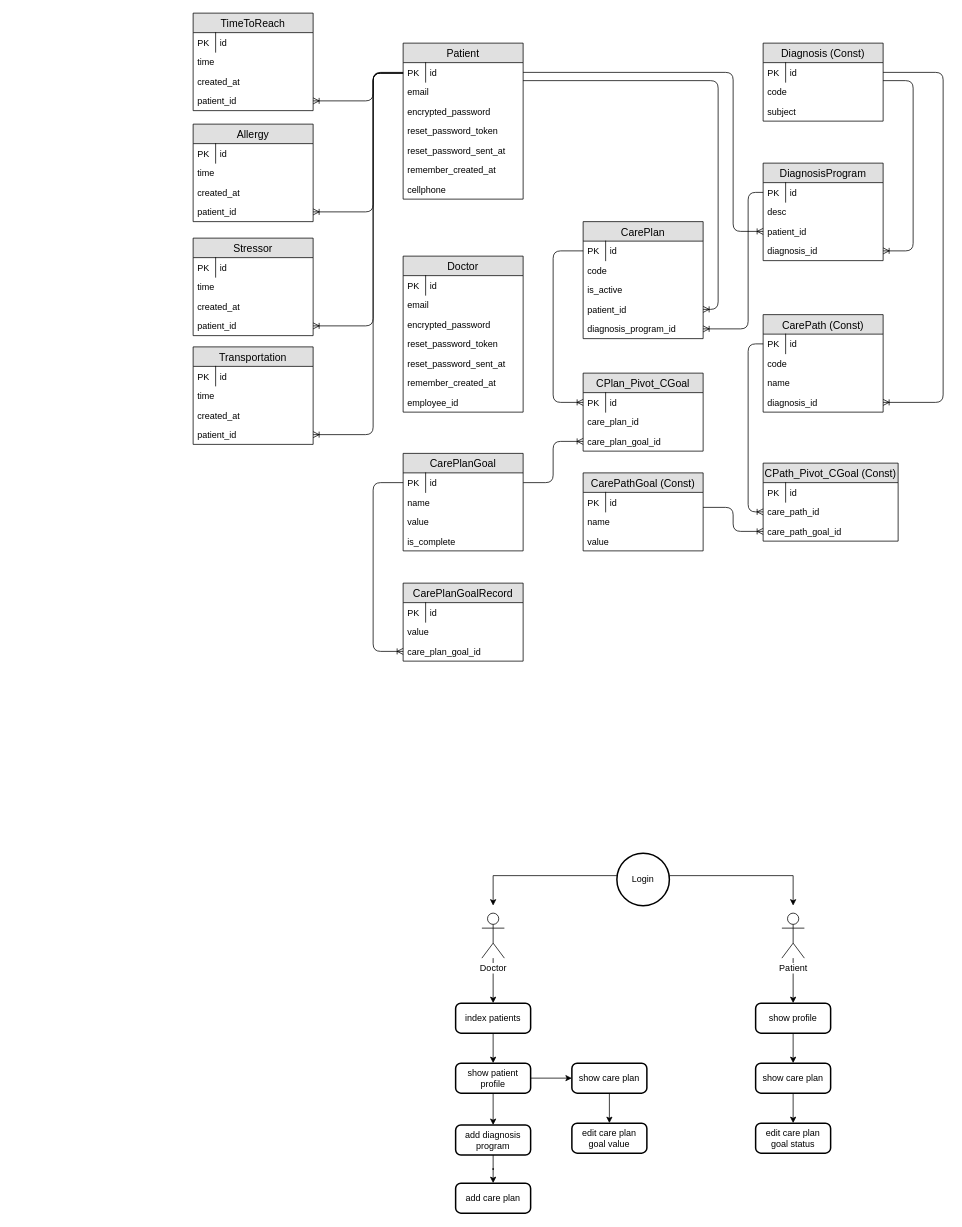
Earlier version of the draw.io diagram templar.drawio (SpiderEvgn/drawIO). Source tidied: cells renumbered, new cells numbered last; positions are measured from the earlier drawing's top-left corner, leaving out a move shared by most shapes. Both pictures are drawn from the tidied source at 75%, with x=0, y=0 at pixel (193, 13).
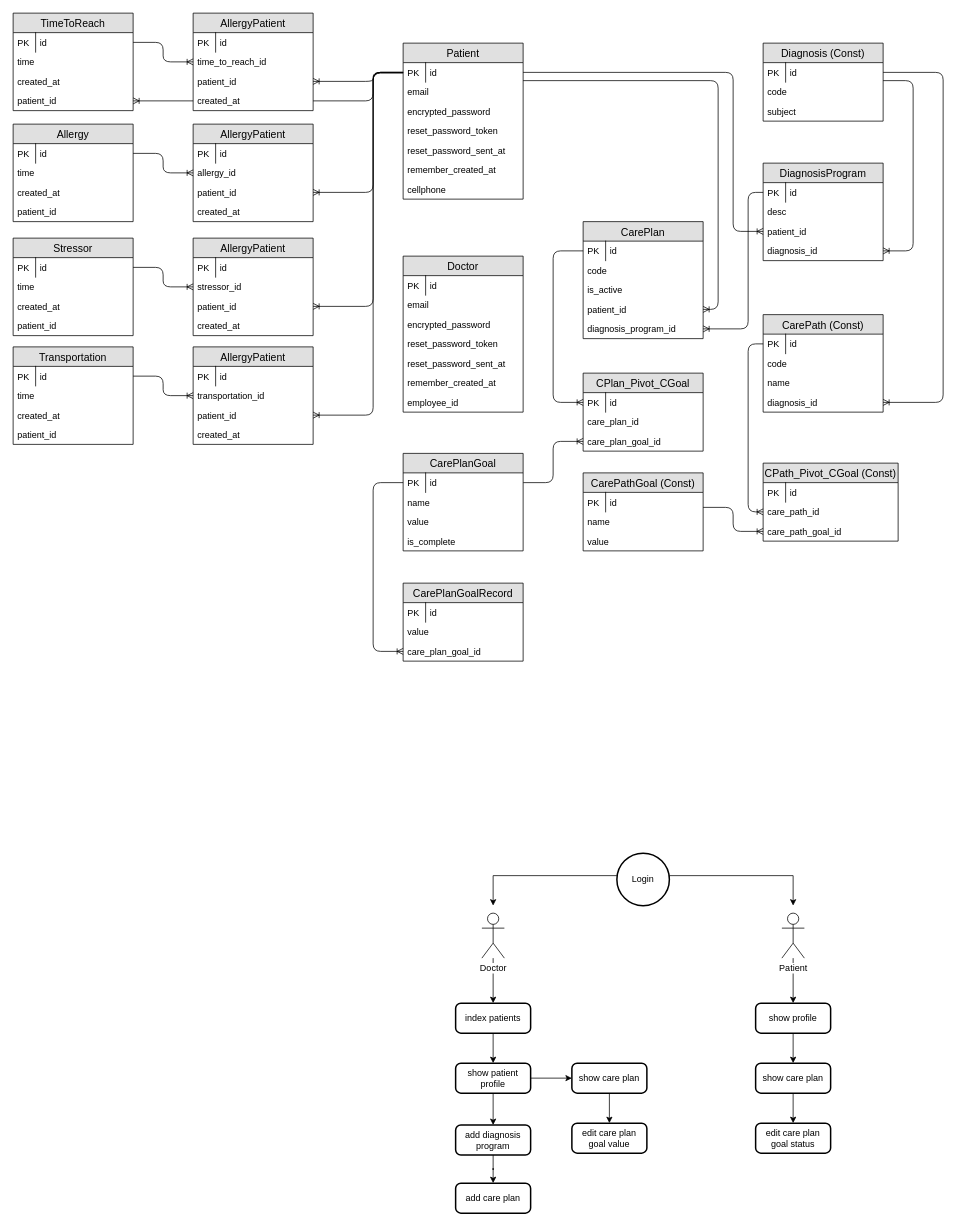
Above is the later version.

Unchanged cells that the change refers to:
```xml
<mxCell id="3" value="id" style="shape=partialRectangle;top=0;left=0;right=0;bottom=0;align=left;verticalAlign=top;fillColor=none;spacingLeft=34;spacingRight=4;overflow=hidden;points=[[0,0.5],[1,0.5]];portConstraint=eastwest;fontSize=12;" parent="2" vertex="1">
  <mxGeometry y="26" width="160" height="26" as="geometry" />
</mxCell>
<mxCell id="12" value="id" style="shape=partialRectangle;top=0;left=0;right=0;bottom=0;align=left;verticalAlign=top;fillColor=none;spacingLeft=34;spacingRight=4;overflow=hidden;points=[[0,0.5],[1,0.5]];portConstraint=eastwest;fontSize=12;" parent="11" vertex="1">
  <mxGeometry y="26" width="160" height="26" as="geometry" />
</mxCell>
<mxCell id="16" value="patient_id" style="text;strokeColor=none;fillColor=none;spacingLeft=4;spacingRight=4;overflow=hidden;points=[[0,0.5],[1,0.5]];portConstraint=eastwest;fontSize=12;" parent="11" vertex="1">
  <mxGeometry y="104" width="160" height="26" as="geometry" />
</mxCell>
<mxCell id="122" value="patient_id" style="text;strokeColor=none;fillColor=none;spacingLeft=4;spacingRight=4;overflow=hidden;points=[[0,0.5],[1,0.5]];portConstraint=eastwest;fontSize=12;" parent="117" vertex="1">
  <mxGeometry y="104" width="160" height="26" as="geometry" />
</mxCell>
<mxCell id="128" value="patient_id" style="text;strokeColor=none;fillColor=none;spacingLeft=4;spacingRight=4;overflow=hidden;points=[[0,0.5],[1,0.5]];portConstraint=eastwest;fontSize=12;" parent="123" vertex="1">
  <mxGeometry y="104" width="160" height="26" as="geometry" />
</mxCell>
```

What changed in the source:
```diff
@@
     <mxCell id="11" value="Allergy" style="swimlane;fontStyle=0;horizontal=1;startSize=26;fillColor=#e0e0e0;swimlaneFillColor=#ffffff;align=center;fontSize=14;" parent="1" vertex="1">
-      <mxGeometry y="148" width="160" height="130" as="geometry" />
+      <mxGeometry x="-240" y="148" width="160" height="130" as="geometry" />
     </mxCell>
@@
-    <mxCell id="60" style="edgeStyle=orthogonalEdgeStyle;fontSize=12;html=1;endArrow=ERoneToMany;" parent="1" edge="1" source="3" target="16">
-      <mxGeometry relative="1" as="geometry">
-        <Array as="points">
-          <mxPoint x="240" y="79" />
-          <mxPoint x="240" y="265" />
-        </Array>
-      </mxGeometry>
-    </mxCell>
@@
     <mxCell id="110" value="TimeToReach" style="swimlane;fontStyle=0;horizontal=1;startSize=26;fillColor=#e0e0e0;swimlaneFillColor=#ffffff;align=center;fontSize=14;" parent="1" vertex="1">
-      <mxGeometry width="160" height="130" as="geometry" />
+      <mxGeometry x="-240" width="160" height="130" as="geometry" />
     </mxCell>
@@
     <mxCell id="117" value="Stressor" style="swimlane;fontStyle=0;horizontal=1;startSize=26;fillColor=#e0e0e0;swimlaneFillColor=#ffffff;align=center;fontSize=14;" parent="1" vertex="1">
-      <mxGeometry y="300" width="160" height="130" as="geometry" />
+      <mxGeometry x="-240" y="300" width="160" height="130" as="geometry" />
     </mxCell>
@@
     <mxCell id="123" value="Transportation" style="swimlane;fontStyle=0;horizontal=1;startSize=26;fillColor=#e0e0e0;swimlaneFillColor=#ffffff;align=center;fontSize=14;" parent="1" vertex="1">
-      <mxGeometry y="445" width="160" height="130" as="geometry" />
+      <mxGeometry x="-240" y="445" width="160" height="130" as="geometry" />
     </mxCell>
@@
-    <mxCell id="129" style="edgeStyle=orthogonalEdgeStyle;fontSize=12;html=1;endArrow=ERoneToMany;" parent="1" edge="1" source="3" target="122">
-      <mxGeometry relative="1" as="geometry">
-        <Array as="points">
-          <mxPoint x="240" y="80" />
-          <mxPoint x="240" y="417" />
-        </Array>
-      </mxGeometry>
-    </mxCell>
-    <mxCell id="130" style="edgeStyle=orthogonalEdgeStyle;fontSize=12;html=1;endArrow=ERoneToMany;" parent="1" edge="1" source="3" target="128">
-      <mxGeometry relative="1" as="geometry">
-        <Array as="points">
-          <mxPoint x="240" y="80" />
-          <mxPoint x="240" y="562" />
-        </Array>
-      </mxGeometry>
-    </mxCell>
+    <mxCell id="131" value="AllergyPatient" style="swimlane;fontStyle=0;horizontal=1;startSize=26;fillColor=#e0e0e0;swimlaneFillColor=#ffffff;align=center;fontSize=14;" parent="1" vertex="1">
+      <mxGeometry y="148" width="160" height="130" as="geometry" />
+    </mxCell>
+    <mxCell id="132" value="id" style="shape=partialRectangle;top=0;left=0;right=0;bottom=0;align=left;verticalAlign=top;fillColor=none;spacingLeft=34;spacingRight=4;overflow=hidden;fontSize=12;" parent="131" vertex="1">
+      <mxGeometry y="26" width="160" height="26" as="geometry" />
+    </mxCell>
+    <mxCell id="133" value="PK" style="shape=partialRectangle;top=0;left=0;bottom=0;fillColor=none;align=left;verticalAlign=top;spacingLeft=4;spacingRight=4;overflow=hidden;fontSize=12;" parent="132" vertex="1">
+      <mxGeometry width="30" height="26" as="geometry" />
+    </mxCell>
+    <mxCell id="134" value="allergy_id&#10;" style="text;strokeColor=none;fillColor=none;spacingLeft=4;spacingRight=4;overflow=hidden;points=[[0,0.5],[1,0.5]];portConstraint=eastwest;fontSize=12;" parent="131" vertex="1">
+      <mxGeometry y="52" width="160" height="26" as="geometry" />
+    </mxCell>
+    <mxCell id="135" value="patient_id" style="text;strokeColor=none;fillColor=none;spacingLeft=4;spacingRight=4;overflow=hidden;points=[[0,0.5],[1,0.5]];portConstraint=eastwest;fontSize=12;" parent="131" vertex="1">
+      <mxGeometry y="78" width="160" height="26" as="geometry" />
+    </mxCell>
+    <mxCell id="136" value="created_at" style="text;strokeColor=none;fillColor=none;spacingLeft=4;spacingRight=4;overflow=hidden;fontSize=12;" parent="131" vertex="1">
+      <mxGeometry y="104" width="160" height="26" as="geometry" />
+    </mxCell>
+    <mxCell id="137" style="edgeStyle=orthogonalEdgeStyle;fontSize=12;html=1;endArrow=ERoneToMany;" parent="1" edge="1" source="12" target="134">
+      <mxGeometry relative="1" as="geometry">
+        <Array as="points">
+          <mxPoint x="-40" y="187" />
+          <mxPoint x="-40" y="213" />
+        </Array>
+      </mxGeometry>
+    </mxCell>
+    <mxCell id="138" style="edgeStyle=orthogonalEdgeStyle;fontSize=12;html=1;endArrow=ERoneToMany;" parent="1" edge="1" source="3" target="135">
+      <mxGeometry relative="1" as="geometry">
+        <Array as="points">
+          <mxPoint x="240" y="79" />
+          <mxPoint x="240" y="239" />
+        </Array>
+      </mxGeometry>
+    </mxCell>
+    <mxCell id="139" value="AllergyPatient" style="swimlane;fontStyle=0;horizontal=1;startSize=26;fillColor=#e0e0e0;swimlaneFillColor=#ffffff;align=center;fontSize=14;" parent="1" vertex="1">
+      <mxGeometry y="300" width="160" height="130" as="geometry" />
+    </mxCell>
+    <mxCell id="140" value="id" style="shape=partialRectangle;top=0;left=0;right=0;bottom=0;align=left;verticalAlign=top;fillColor=none;spacingLeft=34;spacingRight=4;overflow=hidden;fontSize=12;" parent="139" vertex="1">
+      <mxGeometry y="26" width="160" height="26" as="geometry" />
+    </mxCell>
+    <mxCell id="141" value="PK" style="shape=partialRectangle;top=0;left=0;bottom=0;fillColor=none;align=left;verticalAlign=top;spacingLeft=4;spacingRight=4;overflow=hidden;fontSize=12;" parent="140" vertex="1">
+      <mxGeometry width="30" height="26" as="geometry" />
+    </mxCell>
+    <mxCell id="142" value="stressor_id&#10;" style="text;strokeColor=none;fillColor=none;spacingLeft=4;spacingRight=4;overflow=hidden;points=[[0,0.5],[1,0.5]];portConstraint=eastwest;fontSize=12;" parent="139" vertex="1">
+      <mxGeometry y="52" width="160" height="26" as="geometry" />
+    </mxCell>
+    <mxCell id="143" value="patient_id" style="text;strokeColor=none;fillColor=none;spacingLeft=4;spacingRight=4;overflow=hidden;points=[[0,0.5],[1,0.5]];portConstraint=eastwest;fontSize=12;" parent="139" vertex="1">
+      <mxGeometry y="78" width="160" height="26" as="geometry" />
+    </mxCell>
+    <mxCell id="144" value="created_at" style="text;strokeColor=none;fillColor=none;spacingLeft=4;spacingRight=4;overflow=hidden;fontSize=12;" parent="139" vertex="1">
+      <mxGeometry y="104" width="160" height="26" as="geometry" />
+    </mxCell>
+    <mxCell id="145" style="edgeStyle=orthogonalEdgeStyle;fontSize=12;html=1;endArrow=ERoneToMany;" parent="1" edge="1" target="142">
+      <mxGeometry relative="1" as="geometry">
+        <mxPoint x="-80" y="339" as="sourcePoint" />
+        <Array as="points">
+          <mxPoint x="-40" y="339" />
+          <mxPoint x="-40" y="365" />
+        </Array>
+      </mxGeometry>
+    </mxCell>
+    <mxCell id="146" style="edgeStyle=orthogonalEdgeStyle;fontSize=12;html=1;endArrow=ERoneToMany;" parent="1" edge="1" source="3" target="143">
+      <mxGeometry relative="1" as="geometry">
+        <Array as="points">
+          <mxPoint x="240" y="79" />
+          <mxPoint x="240" y="391" />
+        </Array>
+      </mxGeometry>
+    </mxCell>
+    <mxCell id="147" value="AllergyPatient" style="swimlane;fontStyle=0;horizontal=1;startSize=26;fillColor=#e0e0e0;swimlaneFillColor=#ffffff;align=center;fontSize=14;" parent="1" vertex="1">
+      <mxGeometry y="445" width="160" height="130" as="geometry" />
+    </mxCell>
+    <mxCell id="148" value="id" style="shape=partialRectangle;top=0;left=0;right=0;bottom=0;align=left;verticalAlign=top;fillColor=none;spacingLeft=34;spacingRight=4;overflow=hidden;fontSize=12;" parent="147" vertex="1">
+      <mxGeometry y="26" width="160" height="26" as="geometry" />
+    </mxCell>
+    <mxCell id="149" value="PK" style="shape=partialRectangle;top=0;left=0;bottom=0;fillColor=none;align=left;verticalAlign=top;spacingLeft=4;spacingRight=4;overflow=hidden;fontSize=12;" parent="148" vertex="1">
+      <mxGeometry width="30" height="26" as="geometry" />
+    </mxCell>
+    <mxCell id="150" value="transportation_id&#10;" style="text;strokeColor=none;fillColor=none;spacingLeft=4;spacingRight=4;overflow=hidden;points=[[0,0.5],[1,0.5]];portConstraint=eastwest;fontSize=12;" parent="147" vertex="1">
+      <mxGeometry y="52" width="160" height="26" as="geometry" />
+    </mxCell>
+    <mxCell id="151" value="patient_id" style="text;strokeColor=none;fillColor=none;spacingLeft=4;spacingRight=4;overflow=hidden;points=[[0,0.5],[1,0.5]];portConstraint=eastwest;fontSize=12;" parent="147" vertex="1">
+      <mxGeometry y="78" width="160" height="26" as="geometry" />
+    </mxCell>
+    <mxCell id="152" value="created_at" style="text;strokeColor=none;fillColor=none;spacingLeft=4;spacingRight=4;overflow=hidden;fontSize=12;" parent="147" vertex="1">
+      <mxGeometry y="104" width="160" height="26" as="geometry" />
+    </mxCell>
+    <mxCell id="153" style="edgeStyle=orthogonalEdgeStyle;fontSize=12;html=1;endArrow=ERoneToMany;" parent="1" edge="1" target="150">
+      <mxGeometry relative="1" as="geometry">
+        <mxPoint x="-80" y="484" as="sourcePoint" />
+        <Array as="points">
+          <mxPoint x="-40" y="484" />
+          <mxPoint x="-40" y="510" />
+        </Array>
+      </mxGeometry>
+    </mxCell>
+    <mxCell id="154" style="edgeStyle=orthogonalEdgeStyle;fontSize=12;html=1;endArrow=ERoneToMany;" parent="1" edge="1" source="3" target="151">
+      <mxGeometry relative="1" as="geometry">
+        <Array as="points">
+          <mxPoint x="240" y="79" />
+          <mxPoint x="240" y="536" />
+        </Array>
+      </mxGeometry>
+    </mxCell>
+    <mxCell id="155" value="AllergyPatient" style="swimlane;fontStyle=0;horizontal=1;startSize=26;fillColor=#e0e0e0;swimlaneFillColor=#ffffff;align=center;fontSize=14;" parent="1" vertex="1">
+      <mxGeometry width="160" height="130" as="geometry" />
+    </mxCell>
+    <mxCell id="156" value="id" style="shape=partialRectangle;top=0;left=0;right=0;bottom=0;align=left;verticalAlign=top;fillColor=none;spacingLeft=34;spacingRight=4;overflow=hidden;fontSize=12;" parent="155" vertex="1">
+      <mxGeometry y="26" width="160" height="26" as="geometry" />
+    </mxCell>
+    <mxCell id="157" value="PK" style="shape=partialRectangle;top=0;left=0;bottom=0;fillColor=none;align=left;verticalAlign=top;spacingLeft=4;spacingRight=4;overflow=hidden;fontSize=12;" parent="156" vertex="1">
+      <mxGeometry width="30" height="26" as="geometry" />
+    </mxCell>
+    <mxCell id="158" value="time_to_reach_id&#10;" style="text;strokeColor=none;fillColor=none;spacingLeft=4;spacingRight=4;overflow=hidden;points=[[0,0.5],[1,0.5]];portConstraint=eastwest;fontSize=12;" parent="155" vertex="1">
+      <mxGeometry y="52" width="160" height="26" as="geometry" />
+    </mxCell>
+    <mxCell id="159" value="patient_id" style="text;strokeColor=none;fillColor=none;spacingLeft=4;spacingRight=4;overflow=hidden;points=[[0,0.5],[1,0.5]];portConstraint=eastwest;fontSize=12;" parent="155" vertex="1">
+      <mxGeometry y="78" width="160" height="26" as="geometry" />
+    </mxCell>
+    <mxCell id="160" value="created_at" style="text;strokeColor=none;fillColor=none;spacingLeft=4;spacingRight=4;overflow=hidden;fontSize=12;" parent="155" vertex="1">
+      <mxGeometry y="104" width="160" height="26" as="geometry" />
+    </mxCell>
+    <mxCell id="161" style="edgeStyle=orthogonalEdgeStyle;fontSize=12;html=1;endArrow=ERoneToMany;" parent="1" edge="1" target="158">
+      <mxGeometry relative="1" as="geometry">
+        <mxPoint x="-80" y="39" as="sourcePoint" />
+        <Array as="points">
+          <mxPoint x="-40" y="39" />
+          <mxPoint x="-40" y="65" />
+        </Array>
+      </mxGeometry>
+    </mxCell>
+    <mxCell id="162" style="edgeStyle=orthogonalEdgeStyle;fontSize=12;html=1;endArrow=ERoneToMany;" parent="1" edge="1" source="3" target="159">
+      <mxGeometry relative="1" as="geometry">
+        <Array as="points">
+          <mxPoint x="240" y="79" />
+          <mxPoint x="240" y="91" />
+        </Array>
+      </mxGeometry>
+    </mxCell>
```
